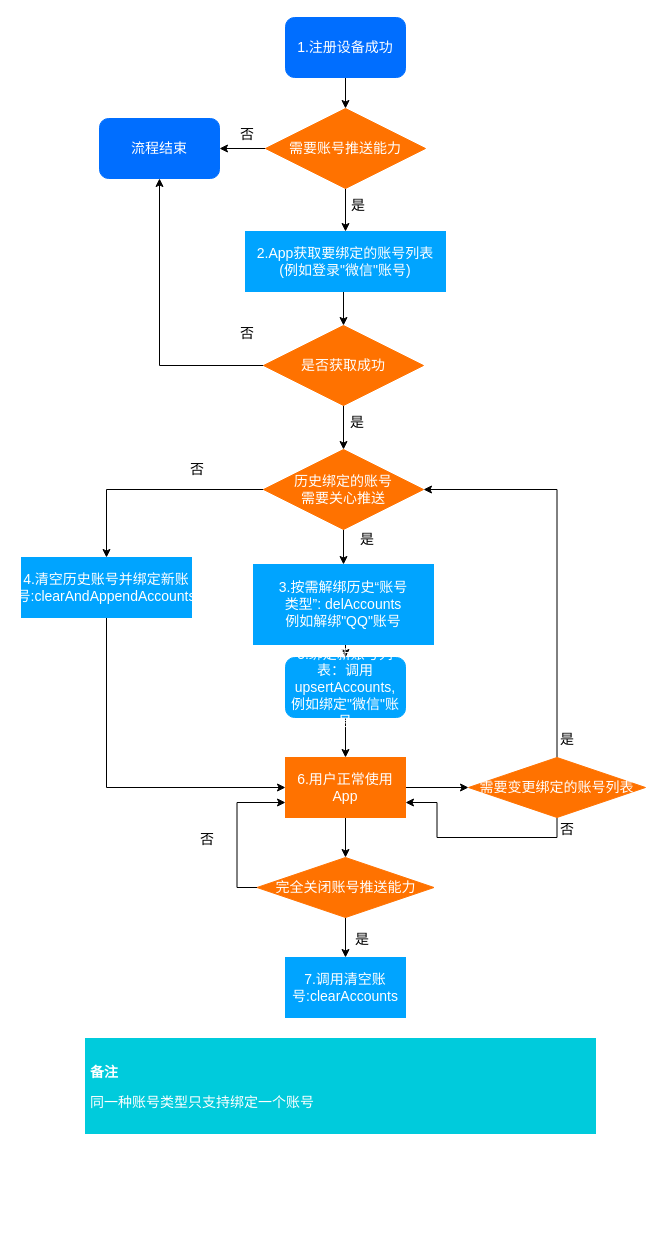
Earlier version of the draw.io diagram account.drawio (muyanbiao/tpnsFlowChart). Source tidied: cells renumbered, new cells numbered last; positions are measured from the earlier drawing's top-left corner, leaving out a move shared by most shapes. Both pictures are drawn from the tidied source at 100%, with x=0, y=0 at pixel (21, 17).
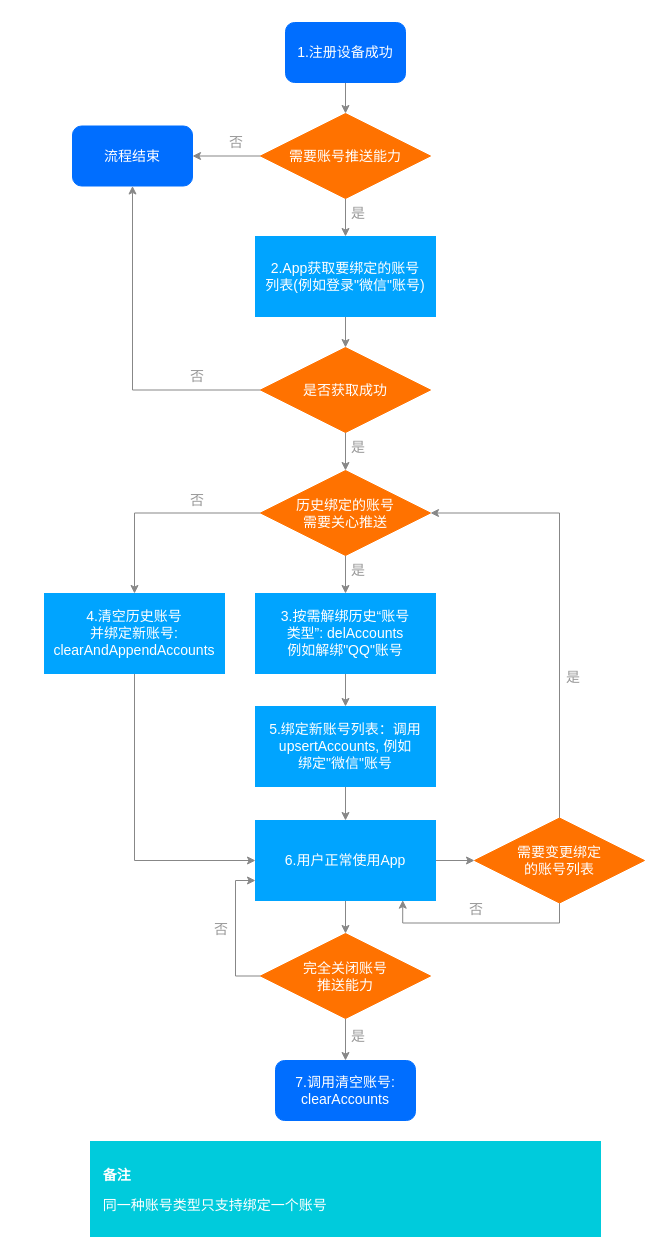
The same page after the edit.

Diff of the diagram source:
```diff
@@
-    <mxCell id="2" style="edgeStyle=orthogonalEdgeStyle;rounded=0;jettySize=auto;html=1;entryX=0.5;entryY=0;entryDx=0;entryDy=0;fontSize=14;fontColor=#FFFFFF;" parent="1" edge="1" source="3" target="7">
+    <mxCell id="2" style="edgeStyle=orthogonalEdgeStyle;rounded=0;jettySize=auto;html=1;entryX=0.5;entryY=0;entryDx=0;entryDy=0;fontSize=14;fontColor=#FFFFFF;strokeColor=#878787;" parent="1" edge="1" source="3" target="7">
       <mxGeometry relative="1" as="geometry" />
     </mxCell>
     <mxCell id="3" value="&lt;font face=&quot;helvetica&quot; style=&quot;font-size: 14px;&quot;&gt;1.注册设备成功&lt;/font&gt;" style="rounded=1;whiteSpace=wrap;html=1;fillColor=#006EFF;strokeColor=#006EFF;fontColor=#FFFFFF;fontSize=14;" parent="1" vertex="1">
-      <mxGeometry x="264" width="120" height="60" as="geometry" />
+      <mxGeometry x="264" y="5" width="120" height="60" as="geometry" />
     </mxCell>
-    <mxCell id="4" value="是" style="text;html=1;strokeColor=none;fillColor=none;align=center;verticalAlign=middle;whiteSpace=wrap;rounded=0;fontSize=14;" parent="1" vertex="1">
-      <mxGeometry x="325" y="176" width="24" height="24" as="geometry" />
+    <mxCell id="4" value="是" style="text;html=1;strokeColor=none;fillColor=none;align=center;verticalAlign=middle;whiteSpace=wrap;rounded=0;fontSize=14;fontColor=#999999;" parent="1" vertex="1">
+      <mxGeometry x="325" y="184" width="24" height="24" as="geometry" />
     </mxCell>
-    <mxCell id="5" style="edgeStyle=orthogonalEdgeStyle;rounded=0;jettySize=auto;html=1;exitX=0;exitY=0.5;exitDx=0;exitDy=0;entryX=1;entryY=0.5;entryDx=0;entryDy=0;fontColor=#FFFFFF;fontSize=14;" parent="1" edge="1" source="7" target="8">
+    <mxCell id="5" style="edgeStyle=orthogonalEdgeStyle;rounded=0;jettySize=auto;html=1;exitX=0;exitY=0.5;exitDx=0;exitDy=0;entryX=1;entryY=0.5;entryDx=0;entryDy=0;fontColor=#FFFFFF;fontSize=14;strokeColor=#878787;" parent="1" edge="1" source="7" target="8">
       <mxGeometry relative="1" as="geometry" />
     </mxCell>
-    <mxCell id="6" style="edgeStyle=orthogonalEdgeStyle;rounded=0;jettySize=auto;html=1;entryX=0.5;entryY=0;entryDx=0;entryDy=0;fontSize=14;fontColor=#FFFFFF;" parent="1" edge="1" source="7" target="11">
+    <mxCell id="6" style="edgeStyle=orthogonalEdgeStyle;rounded=0;jettySize=auto;html=1;entryX=0.5;entryY=0;entryDx=0;entryDy=0;fontSize=14;fontColor=#FFFFFF;strokeColor=#878787;" parent="1" edge="1" source="7" target="11">
       <mxGeometry relative="1" as="geometry" />
     </mxCell>
     <mxCell id="7" value="需要账号推送能力" style="rhombus;whiteSpace=wrap;html=1;fillColor=#FF7200;strokeColor=#FF7200;fontColor=#FFFFFF;fontSize=14;" parent="1" vertex="1">
-      <mxGeometry x="244" y="91" width="160" height="80" as="geometry" />
+      <mxGeometry x="239" y="96" width="170" height="85" as="geometry" />
     </mxCell>
     <mxCell id="8" value="&lt;font face=&quot;helvetica&quot; style=&quot;font-size: 14px;&quot;&gt;流程结束&lt;br style=&quot;font-size: 14px;&quot;&gt;&lt;/font&gt;" style="rounded=1;whiteSpace=wrap;html=1;fillColor=#006EFF;strokeColor=#006EFF;fontColor=#FFFFFF;fontSize=14;" parent="1" vertex="1">
-      <mxGeometry x="78" y="101" width="120" height="60" as="geometry" />
+      <mxGeometry x="51" y="108.5" width="120" height="60" as="geometry" />
     </mxCell>
-    <mxCell id="9" value="否" style="text;html=1;strokeColor=none;fillColor=none;align=center;verticalAlign=middle;whiteSpace=wrap;rounded=0;fontSize=14;" parent="1" vertex="1">
-      <mxGeometry x="214" y="105" width="24" height="24" as="geometry" />
+    <mxCell id="9" value="否" style="text;html=1;strokeColor=none;fillColor=none;align=center;verticalAlign=middle;whiteSpace=wrap;rounded=0;fontSize=14;fontColor=#999999;" parent="1" vertex="1">
+      <mxGeometry x="203" y="113" width="24" height="24" as="geometry" />
     </mxCell>
-    <mxCell id="10" style="edgeStyle=orthogonalEdgeStyle;rounded=0;jettySize=auto;html=1;exitX=0.5;exitY=1;exitDx=0;exitDy=0;entryX=0.5;entryY=0;entryDx=0;entryDy=0;fontColor=#FFFFFF;fontSize=14;" parent="1" edge="1" source="11" target="14">
+    <mxCell id="10" style="edgeStyle=orthogonalEdgeStyle;rounded=0;jettySize=auto;html=1;entryX=0.5;entryY=0;entryDx=0;entryDy=0;fontSize=14;fontColor=#FFFFFF;strokeColor=#878787;" parent="1" edge="1" source="11" target="14">
       <mxGeometry relative="1" as="geometry" />
     </mxCell>
-    <mxCell id="11" value="&lt;font face=&quot;helvetica&quot; style=&quot;font-size: 14px&quot;&gt;2.App获取要绑定的账号列表&lt;br&gt;(例如登录&quot;微信&quot;账号)&lt;/font&gt;" style="rounded=0;whiteSpace=wrap;html=1;fillColor=#00A4FF;strokeColor=#00A4FF;fontColor=#FFFFFF;fontSize=14;" parent="1" vertex="1">
-      <mxGeometry x="224" y="214" width="200" height="60" as="geometry" />
+    <mxCell id="11" value="&lt;font face=&quot;helvetica&quot; style=&quot;font-size: 14px&quot;&gt;2.App获取要绑定的账号&lt;br&gt;列表(例如登录&quot;微信&quot;账号)&lt;/font&gt;" style="rounded=0;whiteSpace=wrap;html=1;fillColor=#00A4FF;strokeColor=#00A4FF;fontColor=#FFFFFF;fontSize=14;" parent="1" vertex="1">
+      <mxGeometry x="234" y="219" width="180" height="80" as="geometry" />
     </mxCell>
-    <mxCell id="12" style="edgeStyle=orthogonalEdgeStyle;rounded=0;jettySize=auto;html=1;exitX=0.5;exitY=1;exitDx=0;exitDy=0;entryX=0.5;entryY=0;entryDx=0;entryDy=0;fontColor=#FFFFFF;fontSize=14;" parent="1" edge="1" source="14" target="18">
+    <mxCell id="12" style="edgeStyle=orthogonalEdgeStyle;rounded=0;jettySize=auto;html=1;exitX=0.5;exitY=1;exitDx=0;exitDy=0;entryX=0.5;entryY=0;entryDx=0;entryDy=0;fontColor=#FFFFFF;fontSize=14;strokeColor=#878787;" parent="1" edge="1" source="14" target="18">
       <mxGeometry relative="1" as="geometry" />
     </mxCell>
-    <mxCell id="13" style="edgeStyle=orthogonalEdgeStyle;rounded=0;jettySize=auto;html=1;entryX=0.5;entryY=1;entryDx=0;entryDy=0;fontSize=14;fontColor=#FFFFFF;" parent="1" edge="1" source="14" target="8">
+    <mxCell id="13" style="edgeStyle=orthogonalEdgeStyle;rounded=0;jettySize=auto;html=1;entryX=0.5;entryY=1;entryDx=0;entryDy=0;fontSize=14;fontColor=#FFFFFF;strokeColor=#878787;" parent="1" edge="1" source="14" target="8">
       <mxGeometry relative="1" as="geometry" />
     </mxCell>
     <mxCell id="14" value="是否获取成功" style="rhombus;whiteSpace=wrap;html=1;fillColor=#FF7200;strokeColor=#FF7200;fontColor=#FFFFFF;fontSize=14;" parent="1" vertex="1">
-      <mxGeometry x="242" y="308" width="160" height="80" as="geometry" />
+      <mxGeometry x="239" y="330" width="170" height="85" as="geometry" />
     </mxCell>
-    <mxCell id="15" value="否" style="text;html=1;strokeColor=none;fillColor=none;align=center;verticalAlign=middle;whiteSpace=wrap;rounded=0;fontSize=14;" parent="1" vertex="1">
-      <mxGeometry x="214" y="304" width="24" height="24" as="geometry" />
+    <mxCell id="15" value="否" style="text;html=1;strokeColor=none;fillColor=none;align=center;verticalAlign=middle;whiteSpace=wrap;rounded=0;fontSize=14;fontColor=#999999;" parent="1" vertex="1">
+      <mxGeometry x="164" y="347" width="24" height="24" as="geometry" />
     </mxCell>
-    <mxCell id="16" style="edgeStyle=orthogonalEdgeStyle;rounded=0;jettySize=auto;html=1;exitX=0;exitY=0.5;exitDx=0;exitDy=0;entryX=0.5;entryY=0;entryDx=0;entryDy=0;fontColor=#FFFFFF;fontSize=14;" parent="1" edge="1" source="18" target="26">
+    <mxCell id="16" style="edgeStyle=orthogonalEdgeStyle;rounded=0;jettySize=auto;html=1;exitX=0;exitY=0.5;exitDx=0;exitDy=0;entryX=0.5;entryY=0;entryDx=0;entryDy=0;fontColor=#FFFFFF;fontSize=14;strokeColor=#878787;" parent="1" edge="1" source="18" target="26">
       <mxGeometry relative="1" as="geometry" />
     </mxCell>
-    <mxCell id="17" style="edgeStyle=orthogonalEdgeStyle;rounded=0;jettySize=auto;html=1;entryX=0.5;entryY=0;entryDx=0;entryDy=0;fontSize=14;fontColor=#FFFFFF;" parent="1" edge="1" source="18" target="21">
+    <mxCell id="17" style="edgeStyle=orthogonalEdgeStyle;rounded=0;jettySize=auto;html=1;entryX=0.5;entryY=0;entryDx=0;entryDy=0;fontSize=14;fontColor=#FFFFFF;strokeColor=#878787;" parent="1" edge="1" source="18" target="21">
       <mxGeometry relative="1" as="geometry" />
     </mxCell>
     <mxCell id="18" value="历史绑定的账号&lt;br&gt;需要关心推送" style="rhombus;whiteSpace=wrap;html=1;fillColor=#FF7200;strokeColor=#FF7200;fontColor=#FFFFFF;fontSize=14;" parent="1" vertex="1">
-      <mxGeometry x="242" y="432" width="160" height="80" as="geometry" />
+      <mxGeometry x="239" y="453" width="170" height="85" as="geometry" />
     </mxCell>
-    <mxCell id="19" value="是" style="text;html=1;strokeColor=none;fillColor=none;align=center;verticalAlign=middle;whiteSpace=wrap;rounded=0;fontSize=14;" parent="1" vertex="1">
-      <mxGeometry x="324" y="393" width="24" height="24" as="geometry" />
+    <mxCell id="19" value="是" style="text;html=1;strokeColor=none;fillColor=none;align=center;verticalAlign=middle;whiteSpace=wrap;rounded=0;fontSize=14;fontColor=#999999;" parent="1" vertex="1">
+      <mxGeometry x="325" y="418" width="24" height="24" as="geometry" />
     </mxCell>
-    <mxCell id="20" style="edgeStyle=orthogonalEdgeStyle;rounded=0;jettySize=auto;html=1;exitX=0.5;exitY=1;exitDx=0;exitDy=0;entryX=0.5;entryY=0;entryDx=0;entryDy=0;fontColor=#FFFFFF;fontSize=14;" parent="1" edge="1" source="21" target="23">
+    <mxCell id="20" style="edgeStyle=orthogonalEdgeStyle;rounded=0;jettySize=auto;html=1;entryX=0.5;entryY=0;entryDx=0;entryDy=0;fontSize=14;fontColor=#FFFFFF;strokeColor=#878787;" parent="1" edge="1" source="21" target="23">
       <mxGeometry relative="1" as="geometry" />
     </mxCell>
     <mxCell id="21" value="&lt;font style=&quot;font-size: 14px&quot;&gt;&lt;font face=&quot;helvetica&quot; style=&quot;font-size: 14px&quot;&gt;3.按需解绑历史“账号&lt;br&gt;类型”:&amp;nbsp;&lt;/font&gt;&lt;span style=&quot;font-family: &amp;#34;helvetica&amp;#34; ; font-size: 14px&quot;&gt;delAccounts&lt;br&gt;例如解绑&quot;QQ&quot;账号&lt;/span&gt;&lt;/font&gt;" style="rounded=0;whiteSpace=wrap;html=1;fillColor=#00A4FF;strokeColor=#00A4FF;fontColor=#FFFFFF;fontSize=14;" parent="1" vertex="1">
-      <mxGeometry x="232" y="547" width="180" height="80" as="geometry" />
+      <mxGeometry x="234" y="576" width="180" height="80" as="geometry" />
     </mxCell>
-    <mxCell id="22" style="edgeStyle=orthogonalEdgeStyle;rounded=0;jettySize=auto;html=1;exitX=0.5;exitY=1;exitDx=0;exitDy=0;entryX=0.5;entryY=0;entryDx=0;entryDy=0;fontColor=#FFFFFF;fontSize=14;" parent="1" edge="1" source="23" target="30">
+    <mxCell id="22" style="edgeStyle=orthogonalEdgeStyle;rounded=0;jettySize=auto;html=1;entryX=0.5;entryY=0;entryDx=0;entryDy=0;fontSize=14;fontColor=#FFFFFF;strokeColor=#878787;" parent="1" edge="1" source="23" target="30">
       <mxGeometry relative="1" as="geometry" />
     </mxCell>
-    <mxCell id="23" value="&lt;font style=&quot;font-size: 14px;&quot;&gt;&lt;font face=&quot;helvetica&quot; style=&quot;font-size: 14px;&quot;&gt;5.绑定新账号列表：调用&lt;/font&gt;&lt;span style=&quot;font-family: helvetica; font-size: 14px;&quot;&gt;upsertAccounts, 例如绑定&quot;微信&quot;账号&lt;/span&gt;&lt;/font&gt;" style="rounded=1;whiteSpace=wrap;html=1;fillColor=#00A4FF;strokeColor=#00A4FF;fontColor=#FFFFFF;fontSize=14;" parent="1" vertex="1">
-      <mxGeometry x="264" y="640" width="120" height="60" as="geometry" />
+    <mxCell id="23" value="&lt;font style=&quot;font-size: 14px&quot;&gt;&lt;font face=&quot;helvetica&quot; style=&quot;font-size: 14px&quot;&gt;5.绑定新账号列表：调用&lt;br&gt;&lt;/font&gt;&lt;span style=&quot;font-family: &amp;#34;helvetica&amp;#34; ; font-size: 14px&quot;&gt;upsertAccounts, 例如&lt;br&gt;绑定&quot;微信&quot;账号&lt;/span&gt;&lt;/font&gt;" style="rounded=0;whiteSpace=wrap;html=1;fillColor=#00A4FF;strokeColor=#00A4FF;fontColor=#FFFFFF;fontSize=14;" parent="1" vertex="1">
+      <mxGeometry x="234" y="689" width="180" height="80" as="geometry" />
     </mxCell>
-    <mxCell id="24" value="是" style="text;html=1;strokeColor=none;fillColor=none;align=center;verticalAlign=middle;whiteSpace=wrap;rounded=0;fontSize=14;" parent="1" vertex="1">
-      <mxGeometry x="334" y="510" width="24" height="24" as="geometry" />
+    <mxCell id="24" value="是" style="text;html=1;strokeColor=none;fillColor=none;align=center;verticalAlign=middle;whiteSpace=wrap;rounded=0;fontSize=14;fontColor=#999999;" parent="1" vertex="1">
+      <mxGeometry x="325" y="541" width="24" height="24" as="geometry" />
     </mxCell>
-    <mxCell id="25" style="edgeStyle=orthogonalEdgeStyle;rounded=0;jettySize=auto;html=1;exitX=0.5;exitY=1;exitDx=0;exitDy=0;entryX=0;entryY=0.5;entryDx=0;entryDy=0;fontColor=#FFFFFF;fontSize=14;" parent="1" edge="1" source="26" target="30">
+    <mxCell id="25" style="edgeStyle=orthogonalEdgeStyle;rounded=0;jettySize=auto;html=1;exitX=0.5;exitY=1;exitDx=0;exitDy=0;entryX=0;entryY=0.5;entryDx=0;entryDy=0;fontColor=#FFFFFF;fontSize=14;strokeColor=#878787;" parent="1" edge="1" source="26" target="30">
       <mxGeometry relative="1" as="geometry" />
     </mxCell>
-    <mxCell id="26" value="&lt;font face=&quot;helvetica&quot; style=&quot;font-size: 14px;&quot;&gt;4.清空历史账号并绑定新账号:clearAndAppendAccounts&lt;/font&gt;" style="rounded=0;whiteSpace=wrap;html=1;fillColor=#00A4FF;strokeColor=#00A4FF;fontColor=#FFFFFF;fontSize=14;" parent="1" vertex="1">
-      <mxGeometry y="540" width="170" height="60" as="geometry" />
+    <mxCell id="26" value="&lt;font face=&quot;helvetica&quot; style=&quot;font-size: 14px&quot;&gt;4.清空历史账号&lt;br&gt;并绑定新账号:&lt;br&gt;clearAndAppendAccounts&lt;/font&gt;" style="rounded=0;whiteSpace=wrap;html=1;fillColor=#00A4FF;strokeColor=#00A4FF;fontColor=#FFFFFF;fontSize=14;" parent="1" vertex="1">
+      <mxGeometry x="23" y="576" width="180" height="80" as="geometry" />
     </mxCell>
-    <mxCell id="27" value="否" style="text;html=1;strokeColor=none;fillColor=none;align=center;verticalAlign=middle;whiteSpace=wrap;rounded=0;fontSize=14;" parent="1" vertex="1">
-      <mxGeometry x="164" y="440" width="24" height="24" as="geometry" />
+    <mxCell id="27" value="否" style="text;html=1;strokeColor=none;fillColor=none;align=center;verticalAlign=middle;whiteSpace=wrap;rounded=0;fontSize=14;fontColor=#999999;" parent="1" vertex="1">
+      <mxGeometry x="164" y="471" width="24" height="24" as="geometry" />
     </mxCell>
-    <mxCell id="28" style="edgeStyle=orthogonalEdgeStyle;rounded=0;jettySize=auto;html=1;exitX=1;exitY=0.5;exitDx=0;exitDy=0;entryX=0;entryY=0.5;entryDx=0;entryDy=0;fontColor=#FFFFFF;fontSize=14;" parent="1" edge="1" source="30" target="33">
+    <mxCell id="28" style="edgeStyle=orthogonalEdgeStyle;rounded=0;jettySize=auto;html=1;exitX=1;exitY=0.5;exitDx=0;exitDy=0;entryX=0;entryY=0.5;entryDx=0;entryDy=0;fontColor=#FFFFFF;fontSize=14;strokeColor=#878787;" parent="1" edge="1" source="30" target="33">
       <mxGeometry relative="1" as="geometry" />
     </mxCell>
-    <mxCell id="29" style="edgeStyle=orthogonalEdgeStyle;rounded=0;jettySize=auto;html=1;exitX=0.5;exitY=1;exitDx=0;exitDy=0;entryX=0.5;entryY=0;entryDx=0;entryDy=0;fontColor=#FFFFFF;fontSize=14;" parent="1" edge="1" source="30" target="38">
+    <mxCell id="29" style="edgeStyle=orthogonalEdgeStyle;rounded=0;jettySize=auto;html=1;exitX=0.5;exitY=1;exitDx=0;exitDy=0;entryX=0.5;entryY=0;entryDx=0;entryDy=0;fontColor=#FFFFFF;fontSize=14;strokeColor=#878787;" parent="1" edge="1" source="30" target="38">
       <mxGeometry relative="1" as="geometry" />
     </mxCell>
-    <mxCell id="30" value="&lt;font face=&quot;helvetica&quot; style=&quot;font-size: 14px;&quot;&gt;6.用户正常使用App&lt;br style=&quot;font-size: 14px;&quot;&gt;&lt;/font&gt;" style="rounded=0;whiteSpace=wrap;html=1;fillColor=#FF7200;strokeColor=#FF7200;fontColor=#FFFFFF;fontSize=14;" parent="1" vertex="1">
-      <mxGeometry x="264" y="740" width="120" height="60" as="geometry" />
+    <mxCell id="30" value="&lt;font face=&quot;helvetica&quot; style=&quot;font-size: 14px;&quot;&gt;6.用户正常使用App&lt;br style=&quot;font-size: 14px;&quot;&gt;&lt;/font&gt;" style="rounded=0;whiteSpace=wrap;html=1;fontColor=#FFFFFF;fontSize=14;fillColor=#00A4FF;strokeColor=#00A4FF;" parent="1" vertex="1">
+      <mxGeometry x="234" y="803" width="180" height="80" as="geometry" />
     </mxCell>
-    <mxCell id="31" style="edgeStyle=orthogonalEdgeStyle;rounded=0;jettySize=auto;html=1;exitX=0.5;exitY=0;exitDx=0;exitDy=0;entryX=1;entryY=0.5;entryDx=0;entryDy=0;fontColor=#FFFFFF;fontSize=14;" parent="1" edge="1" source="33" target="18">
+    <mxCell id="31" style="edgeStyle=orthogonalEdgeStyle;rounded=0;jettySize=auto;html=1;exitX=0.5;exitY=0;exitDx=0;exitDy=0;entryX=1;entryY=0.5;entryDx=0;entryDy=0;fontColor=#FFFFFF;fontSize=14;strokeColor=#878787;" parent="1" edge="1" source="33" target="18">
       <mxGeometry relative="1" as="geometry" />
     </mxCell>
-    <mxCell id="32" style="edgeStyle=orthogonalEdgeStyle;rounded=0;jettySize=auto;html=1;exitX=0.5;exitY=1;exitDx=0;exitDy=0;entryX=1;entryY=0.75;entryDx=0;entryDy=0;fontColor=#FFFFFF;fontSize=14;" parent="1" edge="1" source="33" target="30">
+    <mxCell id="32" style="edgeStyle=orthogonalEdgeStyle;rounded=0;jettySize=auto;html=1;exitX=0.5;exitY=1;exitDx=0;exitDy=0;entryX=0.818;entryY=0.996;entryDx=0;entryDy=0;fontColor=#FFFFFF;fontSize=14;strokeColor=#878787;entryPerimeter=0;" parent="1" edge="1" source="33" target="30">
       <mxGeometry relative="1" as="geometry" />
     </mxCell>
-    <mxCell id="33" value="需要变更绑定的账号列表" style="rhombus;whiteSpace=wrap;html=1;fillColor=#FF7200;strokeColor=#FF7200;fontColor=#FFFFFF;fontSize=14;" parent="1" vertex="1">
-      <mxGeometry x="447" y="740" width="177" height="60" as="geometry" />
+    <mxCell id="33" value="需要变更绑定&lt;br&gt;的账号列表" style="rhombus;whiteSpace=wrap;html=1;fillColor=#FF7200;strokeColor=#FF7200;fontColor=#FFFFFF;fontSize=14;" parent="1" vertex="1">
+      <mxGeometry x="453" y="800.5" width="170" height="85" as="geometry" />
     </mxCell>
-    <mxCell id="34" value="是" style="text;html=1;strokeColor=none;fillColor=none;align=center;verticalAlign=middle;whiteSpace=wrap;rounded=0;fontSize=14;" parent="1" vertex="1">
-      <mxGeometry x="534" y="710" width="24" height="24" as="geometry" />
+    <mxCell id="34" value="是" style="text;html=1;strokeColor=none;fillColor=none;align=center;verticalAlign=middle;whiteSpace=wrap;rounded=0;fontSize=14;fontColor=#999999;" parent="1" vertex="1">
+      <mxGeometry x="540" y="648" width="24" height="24" as="geometry" />
     </mxCell>
-    <mxCell id="35" value="否" style="text;html=1;strokeColor=none;fillColor=none;align=center;verticalAlign=middle;whiteSpace=wrap;rounded=0;fontSize=14;" parent="1" vertex="1">
-      <mxGeometry x="534" y="800" width="24" height="24" as="geometry" />
+    <mxCell id="35" value="否" style="text;html=1;strokeColor=none;fillColor=none;align=center;verticalAlign=middle;whiteSpace=wrap;rounded=0;fontSize=14;fontColor=#999999;" parent="1" vertex="1">
+      <mxGeometry x="443" y="880" width="24" height="24" as="geometry" />
     </mxCell>
-    <mxCell id="36" style="edgeStyle=orthogonalEdgeStyle;rounded=0;jettySize=auto;html=1;exitX=0.5;exitY=1;exitDx=0;exitDy=0;entryX=0.5;entryY=0;entryDx=0;entryDy=0;fontColor=#FFFFFF;fontSize=14;" parent="1" edge="1" source="38" target="39">
+    <mxCell id="36" style="edgeStyle=orthogonalEdgeStyle;rounded=0;jettySize=auto;html=1;exitX=0.5;exitY=1;exitDx=0;exitDy=0;entryX=0.5;entryY=0;entryDx=0;entryDy=0;fontColor=#FFFFFF;fontSize=14;strokeColor=#878787;" parent="1" edge="1" source="38" target="39">
       <mxGeometry relative="1" as="geometry" />
     </mxCell>
-    <mxCell id="37" style="edgeStyle=orthogonalEdgeStyle;rounded=0;jettySize=auto;html=1;exitX=0;exitY=0.5;exitDx=0;exitDy=0;entryX=0;entryY=0.75;entryDx=0;entryDy=0;fontColor=#FFFFFF;fontSize=14;" parent="1" edge="1" source="38" target="30">
+    <mxCell id="37" style="edgeStyle=orthogonalEdgeStyle;rounded=0;jettySize=auto;html=1;exitX=0;exitY=0.5;exitDx=0;exitDy=0;entryX=0;entryY=0.75;entryDx=0;entryDy=0;fontColor=#FFFFFF;fontSize=14;strokeColor=#878787;" parent="1" edge="1" source="38" target="30">
       <mxGeometry relative="1" as="geometry" />
     </mxCell>
-    <mxCell id="38" value="完全关闭账号推送能力" style="rhombus;whiteSpace=wrap;html=1;fillColor=#FF7200;strokeColor=#FF7200;fontColor=#FFFFFF;fontSize=14;" parent="1" vertex="1">
-      <mxGeometry x="235.5" y="840" width="177" height="60" as="geometry" />
+    <mxCell id="38" value="完全关闭账号&lt;br&gt;推送能力" style="rhombus;whiteSpace=wrap;html=1;fillColor=#FF7200;strokeColor=#FF7200;fontColor=#FFFFFF;fontSize=14;" parent="1" vertex="1">
+      <mxGeometry x="239" y="916" width="170" height="85" as="geometry" />
     </mxCell>
-    <mxCell id="39" value="&lt;font face=&quot;helvetica&quot; style=&quot;font-size: 14px;&quot;&gt;&lt;font style=&quot;font-size: 14px;&quot;&gt;7.调用清空账号:clearAccounts&lt;/font&gt;&lt;br style=&quot;font-size: 14px;&quot;&gt;&lt;/font&gt;" style="rounded=0;whiteSpace=wrap;html=1;fillColor=#00A4FF;strokeColor=#00A4FF;fontColor=#FFFFFF;fontSize=14;" parent="1" vertex="1">
-      <mxGeometry x="264" y="940" width="120" height="60" as="geometry" />
+    <mxCell id="39" value="&lt;font face=&quot;helvetica&quot; style=&quot;font-size: 14px&quot;&gt;&lt;font style=&quot;font-size: 14px&quot;&gt;7.调用清空账号:&lt;br&gt;clearAccounts&lt;/font&gt;&lt;br style=&quot;font-size: 14px&quot;&gt;&lt;/font&gt;" style="rounded=1;whiteSpace=wrap;html=1;fontColor=#FFFFFF;fontSize=14;fillColor=#006EFF;strokeColor=#006EFF;" parent="1" vertex="1">
+      <mxGeometry x="254" y="1043" width="140" height="60" as="geometry" />
     </mxCell>
-    <mxCell id="40" value="是" style="text;html=1;strokeColor=none;fillColor=none;align=center;verticalAlign=middle;whiteSpace=wrap;rounded=0;fontSize=14;" parent="1" vertex="1">
-      <mxGeometry x="329" y="910" width="24" height="24" as="geometry" />
+    <mxCell id="40" value="是" style="text;html=1;strokeColor=none;fillColor=none;align=center;verticalAlign=middle;whiteSpace=wrap;rounded=0;fontSize=14;fontColor=#999999;" parent="1" vertex="1">
+      <mxGeometry x="325" y="1007" width="24" height="24" as="geometry" />
     </mxCell>
-    <mxCell id="41" value="否" style="text;html=1;strokeColor=none;fillColor=none;align=center;verticalAlign=middle;whiteSpace=wrap;rounded=0;fontSize=14;" parent="1" vertex="1">
-      <mxGeometry x="174" y="810" width="24" height="24" as="geometry" />
+    <mxCell id="41" value="否" style="text;html=1;strokeColor=none;fillColor=none;align=center;verticalAlign=middle;whiteSpace=wrap;rounded=0;fontSize=14;fontColor=#999999;" parent="1" vertex="1">
+      <mxGeometry x="188" y="900" width="24" height="24" as="geometry" />
     </mxCell>
-    <mxCell id="42" value="&lt;h1 style=&quot;font-size: 14px&quot;&gt;&lt;br&gt;&lt;/h1&gt;&lt;h1 style=&quot;font-size: 14px&quot;&gt;备注&lt;/h1&gt;&lt;p style=&quot;font-size: 14px&quot;&gt;同一种账号类型只支持绑定一个账号&lt;br style=&quot;font-size: 14px&quot;&gt;&lt;/p&gt;" style="text;html=1;spacing=5;spacingTop=-20;whiteSpace=wrap;overflow=hidden;rounded=0;fillColor=#00CBDC;strokeColor=#00CBDC;fontColor=#FFFFFF;fontSize=14;" parent="1" vertex="1">
-      <mxGeometry x="64" y="1021" width="510" height="95" as="geometry" />
+    <mxCell id="42" value="&lt;h1 style=&quot;font-size: 14px&quot;&gt;&lt;br&gt;&lt;/h1&gt;&lt;h1 style=&quot;font-size: 14px&quot;&gt;&amp;nbsp; 备注&lt;/h1&gt;&lt;p style=&quot;font-size: 14px&quot;&gt;&amp;nbsp; 同一种账号类型只支持绑定一个账号&lt;br style=&quot;font-size: 14px&quot;&gt;&lt;/p&gt;" style="text;html=1;spacing=5;spacingTop=-20;whiteSpace=wrap;overflow=hidden;rounded=0;fillColor=#00CBDC;strokeColor=#00CBDC;fontColor=#FFFFFF;fontSize=14;" parent="1" vertex="1">
+      <mxGeometry x="69" y="1124" width="510" height="95" as="geometry" />
     </mxCell>
```
